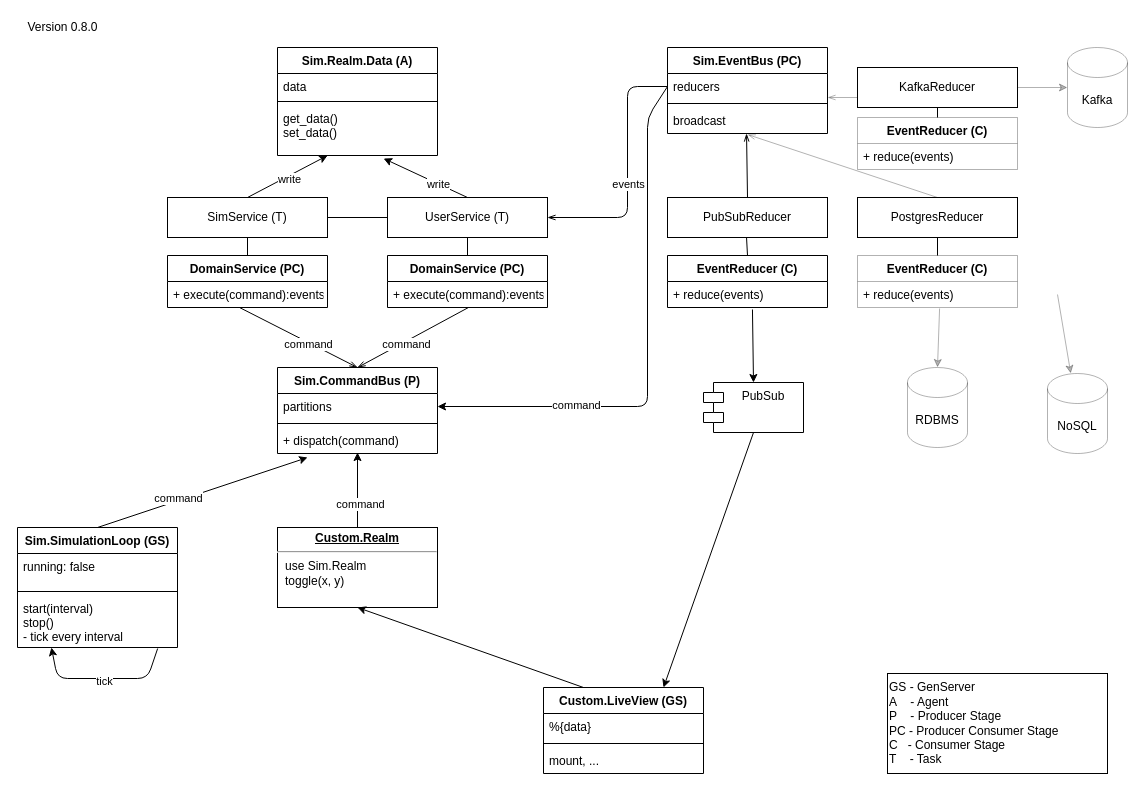
Earlier version of the draw.io diagram apps/sim/documentation/SimRealm.drawio (grrrisu/thundermoon-umbrella). Source tidied: cells renumbered, new cells numbered last; positions are measured from the earlier drawing's top-left corner, leaving out a move shared by most shapes. Both pictures are drawn from the tidied source at 100%, with x=0, y=0 at pixel (17, 17).
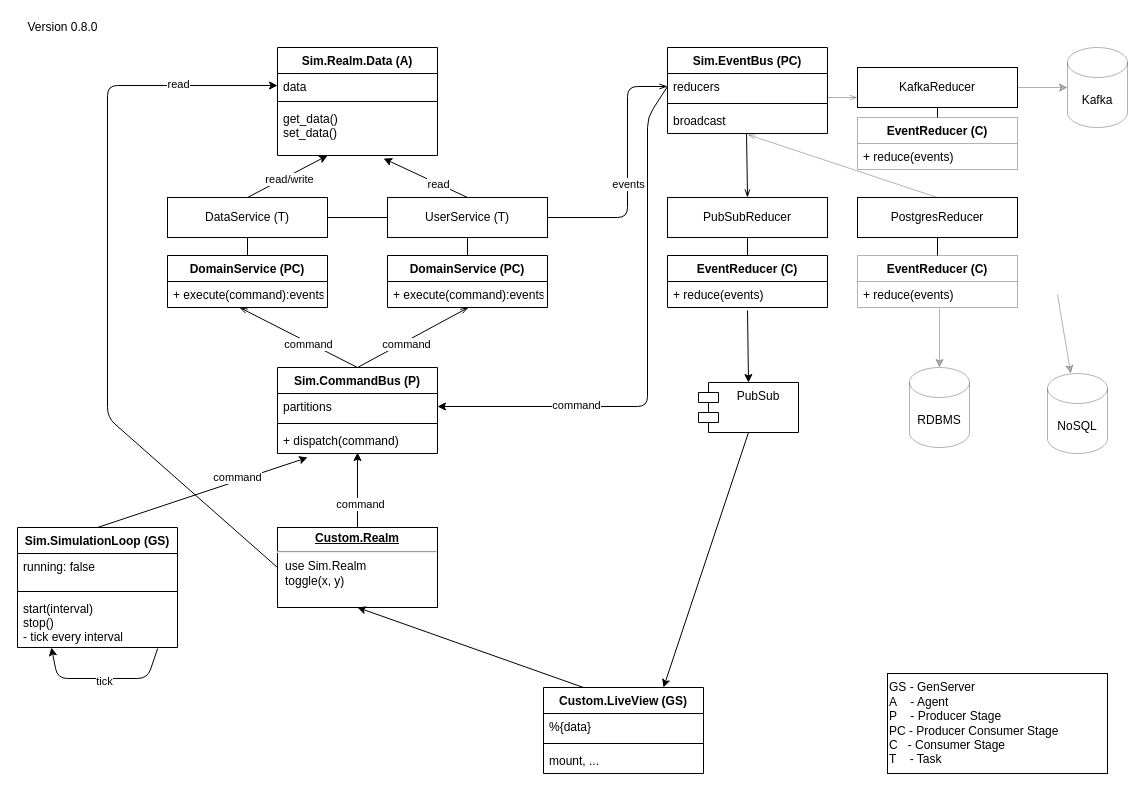
After the change.

Commit message (it also covers changes not shown here):
rename diagram picture to be visible in the readme again, change direction of stage arrows to reflect better the flow of data

The change refers to these unchanged cells:
```xml
<mxCell id="2" value="&lt;p style=&quot;margin: 0px ; margin-top: 4px ; text-align: center ; text-decoration: underline&quot;&gt;&lt;b&gt;Custom.Realm&lt;/b&gt;&lt;/p&gt;&lt;hr&gt;&lt;p style=&quot;margin: 0px ; margin-left: 8px&quot;&gt;use Sim.Realm&lt;/p&gt;&lt;p style=&quot;margin: 0px ; margin-left: 8px&quot;&gt;toggle(x, y)&lt;/p&gt;" style="verticalAlign=top;align=left;overflow=fill;fontSize=12;fontFamily=Helvetica;html=1;" parent="1" vertex="1">
  <mxGeometry x="260" y="510" width="160" height="80" as="geometry" />
</mxCell>
<mxCell id="6" value="data" style="text;strokeColor=none;fillColor=none;align=left;verticalAlign=top;spacingLeft=4;spacingRight=4;overflow=hidden;points=[[0,0.5],[1,0.5]];portConstraint=eastwest;" parent="5" vertex="1">
  <mxGeometry y="26" width="160" height="24" as="geometry" />
</mxCell>
<mxCell id="19" value="Sim.CommandBus (P)" style="swimlane;fontStyle=1;align=center;verticalAlign=top;horizontal=1;startSize=26;" parent="1" vertex="1">
  <mxGeometry x="260" y="350" width="160" height="86" as="geometry" />
</mxCell>
<mxCell id="24" value="+ execute(command):events" style="text;strokeColor=none;fillColor=none;align=left;verticalAlign=top;spacingLeft=4;spacingRight=4;overflow=hidden;points=[[0,0.5],[1,0.5]];portConstraint=eastwest;" parent="23" vertex="1">
  <mxGeometry y="26" width="160" height="26" as="geometry" />
</mxCell>
<mxCell id="26" value="+ execute(command):events" style="text;strokeColor=none;fillColor=none;align=left;verticalAlign=top;spacingLeft=4;spacingRight=4;overflow=hidden;points=[[0,0.5],[1,0.5]];portConstraint=eastwest;" parent="25" vertex="1">
  <mxGeometry y="26" width="160" height="26" as="geometry" />
</mxCell>
<mxCell id="28" value="reducers" style="text;strokeColor=none;fillColor=none;align=left;verticalAlign=top;spacingLeft=4;spacingRight=4;overflow=hidden;points=[[0,0.5],[1,0.5]];portConstraint=eastwest;" parent="27" vertex="1">
  <mxGeometry y="26" width="160" height="26" as="geometry" />
</mxCell>
<mxCell id="30" value="broadcast" style="text;strokeColor=none;fillColor=none;align=left;verticalAlign=top;spacingLeft=4;spacingRight=4;overflow=hidden;points=[[0,0.5],[1,0.5]];portConstraint=eastwest;" parent="27" vertex="1">
  <mxGeometry y="60" width="160" height="26" as="geometry" />
</mxCell>
<mxCell id="31" value="EventReducer (C)" style="swimlane;fontStyle=1;align=center;verticalAlign=top;horizontal=1;startSize=26;" parent="1" vertex="1">
  <mxGeometry x="650" y="238" width="160" height="52" as="geometry" />
</mxCell>
<mxCell id="32" value="+ reduce(events)" style="text;strokeColor=none;fillColor=none;align=left;verticalAlign=top;spacingLeft=4;spacingRight=4;overflow=hidden;points=[[0,0.5],[1,0.5]];portConstraint=eastwest;" parent="31" vertex="1">
  <mxGeometry y="26" width="160" height="26" as="geometry" />
</mxCell>
<mxCell id="43" style="endArrow=classic;html=1;exitX=0.5;exitY=0;exitDx=0;exitDy=0;entryX=0.188;entryY=1.154;entryDx=0;entryDy=0;entryPerimeter=0;" parent="1" edge="1" source="9" target="22">
  <mxGeometry relative="1" as="geometry" />
</mxCell>
<mxCell id="45" style="endArrow=classic;html=1;exitX=0.5;exitY=0;exitDx=0;exitDy=0;entryX=0.313;entryY=1;entryDx=0;entryDy=0;entryPerimeter=0;" parent="1" edge="1" source="63" target="8">
  <mxGeometry relative="1" as="geometry" />
</mxCell>
<mxCell id="47" style="endArrow=classic;html=1;entryX=0.663;entryY=1.06;entryDx=0;entryDy=0;entryPerimeter=0;exitX=0.5;exitY=0;exitDx=0;exitDy=0;" parent="1" edge="1" source="65" target="8">
  <mxGeometry relative="1" as="geometry" />
</mxCell>
<mxCell id="65" value="UserService (T)" style="rounded=0;whiteSpace=wrap;html=1;" parent="1" vertex="1">
  <mxGeometry x="370" y="180" width="160" height="40" as="geometry" />
</mxCell>
<mxCell id="70" value="PubSubReducer" style="rounded=0;whiteSpace=wrap;html=1;" parent="1" vertex="1">
  <mxGeometry x="650" y="180" width="160" height="40" as="geometry" />
</mxCell>
<mxCell id="72" value="KafkaReducer" style="rounded=0;whiteSpace=wrap;html=1;" parent="1" vertex="1">
  <mxGeometry x="840" y="50" width="160" height="40" as="geometry" />
</mxCell>
```

The edit, as a diff of the source:
```diff
@@
     <mxCell id="33" value="PubSub" style="shape=module;align=left;spacingLeft=20;align=center;verticalAlign=top;" parent="1" vertex="1">
-      <mxGeometry x="686" y="365" width="100" height="50" as="geometry" />
+      <mxGeometry x="681" y="365" width="100" height="50" as="geometry" />
     </mxCell>
     <mxCell id="34" value="RDBMS" style="shape=cylinder3;whiteSpace=wrap;html=1;boundedLbl=1;backgroundOutline=1;size=15;opacity=30;" parent="1" vertex="1">
-      <mxGeometry x="890" y="350" width="60" height="80" as="geometry" />
+      <mxGeometry x="892" y="350" width="60" height="80" as="geometry" />
     </mxCell>
@@
-    <mxCell id="39" style="endArrow=none;html=1;exitX=0.5;exitY=0;exitDx=0;exitDy=0;entryX=0.506;entryY=1;entryDx=0;entryDy=0;entryPerimeter=0;startArrow=openThin;startFill=0;endFill=0;" parent="1" edge="1" source="19" target="26">
+    <mxCell id="39" style="endArrow=openThin;html=1;exitX=0.5;exitY=0;exitDx=0;exitDy=0;entryX=0.506;entryY=1;entryDx=0;entryDy=0;entryPerimeter=0;startArrow=none;startFill=0;endFill=0;" parent="1" edge="1" source="19" target="26">
       <mxGeometry relative="1" as="geometry" />
     </mxCell>
@@
-    <mxCell id="41" style="endArrow=none;html=1;exitX=0.5;exitY=0;exitDx=0;exitDy=0;entryX=0.45;entryY=1;entryDx=0;entryDy=0;entryPerimeter=0;endFill=0;startArrow=openThin;startFill=0;" parent="1" edge="1" source="19" target="24">
+    <mxCell id="41" style="endArrow=openThin;html=1;exitX=0.5;exitY=0;exitDx=0;exitDy=0;entryX=0.45;entryY=1;entryDx=0;entryDy=0;entryPerimeter=0;endFill=0;startArrow=none;startFill=0;" parent="1" edge="1" source="19" target="24">
       <mxGeometry relative="1" as="geometry" />
     </mxCell>
@@
     <mxCell id="44" value="command" style="edgeLabel;html=1;align=center;verticalAlign=middle;" parent="43" vertex="1">
-      <mxGeometry x="-0.22" y="2" relative="1" as="geometry" />
+      <mxGeometry x="-0.22" y="2" relative="1" as="geometry">
+        <mxPoint x="59" y="-21" as="offset" />
+      </mxGeometry>
     </mxCell>
@@
-    <mxCell id="46" value="write" style="edgeLabel;html=1;align=center;verticalAlign=middle;" parent="45" vertex="1">
+    <mxCell id="46" value="read/write" style="edgeLabel;html=1;align=center;verticalAlign=middle;" parent="45" vertex="1">
       <mxGeometry x="-0.01" y="-3" relative="1" as="geometry" />
     </mxCell>
@@
-    <mxCell id="48" value="write" style="edgeLabel;html=1;align=center;verticalAlign=middle;" parent="47" vertex="1">
+    <mxCell id="48" value="read" style="edgeLabel;html=1;align=center;verticalAlign=middle;" parent="47" vertex="1">
       <mxGeometry x="-0.29" relative="1" as="geometry" />
     </mxCell>
@@
-    <mxCell id="51" style="endArrow=none;html=1;exitX=0.494;exitY=1;exitDx=0;exitDy=0;exitPerimeter=0;entryX=0.5;entryY=0;entryDx=0;entryDy=0;endFill=0;startArrow=none;startFill=0;" parent="1" edge="1" source="70" target="31">
+    <mxCell id="51" style="endArrow=none;html=1;exitX=0.5;exitY=1;exitDx=0;exitDy=0;entryX=0.5;entryY=0;entryDx=0;entryDy=0;endFill=0;startArrow=none;startFill=0;" parent="1" edge="1" source="70" target="31">
       <mxGeometry relative="1" as="geometry" />
     </mxCell>
@@
-    <mxCell id="53" style="endArrow=classic;html=1;exitX=0.531;exitY=1.077;exitDx=0;exitDy=0;exitPerimeter=0;entryX=0.5;entryY=0;entryDx=0;entryDy=0;" parent="1" edge="1" source="32" target="33">
+    <mxCell id="53" style="endArrow=classic;html=1;entryX=0.5;entryY=0;entryDx=0;entryDy=0;exitX=0.5;exitY=1.115;exitDx=0;exitDy=0;exitPerimeter=0;" parent="1" edge="1" source="32" target="33">
       <mxGeometry relative="1" as="geometry" />
     </mxCell>
@@
-    <mxCell id="56" style="endArrow=none;html=1;exitX=1;exitY=0.5;exitDx=0;exitDy=0;entryX=0;entryY=0.5;entryDx=0;entryDy=0;endFill=0;startArrow=openThin;startFill=0;" parent="1" edge="1" source="65" target="28">
+    <mxCell id="56" style="endArrow=openThin;html=1;exitX=1;exitY=0.5;exitDx=0;exitDy=0;entryX=0;entryY=0.5;entryDx=0;entryDy=0;endFill=0;startArrow=none;startFill=0;" parent="1" edge="1" source="65" target="28">
       <mxGeometry relative="1" as="geometry">
         <Array as="points">
           <mxPoint x="610" y="200" />
           <mxPoint x="610" y="69" />
         </Array>
       </mxGeometry>
     </mxCell>
@@
-    <mxCell id="62" style="endArrow=none;html=1;entryX=0;entryY=0.75;entryDx=0;entryDy=0;opacity=30;startArrow=openThin;startFill=0;endFill=0;" parent="1" edge="1" target="72">
+    <mxCell id="62" style="endArrow=openThin;html=1;entryX=0;entryY=0.75;entryDx=0;entryDy=0;opacity=30;startArrow=none;startFill=0;endFill=0;" parent="1" edge="1" target="72">
       <mxGeometry relative="1" as="geometry">
         <mxPoint x="810" y="80" as="sourcePoint" />
       </mxGeometry>
     </mxCell>
-    <mxCell id="63" value="SimService (T)" style="rounded=0;whiteSpace=wrap;html=1;" parent="1" vertex="1">
+    <mxCell id="63" value="DataService (T)" style="rounded=0;whiteSpace=wrap;html=1;" parent="1" vertex="1">
       <mxGeometry x="150" y="180" width="160" height="40" as="geometry" />
     </mxCell>
@@
-    <mxCell id="71" style="endArrow=none;html=1;exitX=0.494;exitY=1;exitDx=0;exitDy=0;exitPerimeter=0;entryX=0.5;entryY=0;entryDx=0;entryDy=0;endFill=0;startArrow=openThin;startFill=0;" parent="1" edge="1" source="30" target="70">
+    <mxCell id="71" style="endArrow=openThin;html=1;exitX=0.494;exitY=1;exitDx=0;exitDy=0;exitPerimeter=0;entryX=0.5;entryY=0;entryDx=0;entryDy=0;endFill=0;startArrow=none;startFill=0;" parent="1" edge="1" source="30" target="70">
       <mxGeometry relative="1" as="geometry" />
     </mxCell>
@@
+    <mxCell id="78" style="endArrow=classic;html=1;exitX=0;exitY=0.5;exitDx=0;exitDy=0;entryX=0;entryY=0.5;entryDx=0;entryDy=0;" parent="1" edge="1" source="2" target="6">
+      <mxGeometry relative="1" as="geometry">
+        <Array as="points">
+          <mxPoint x="90" y="400" />
+          <mxPoint x="90" y="68" />
+        </Array>
+      </mxGeometry>
+    </mxCell>
+    <mxCell id="79" value="read" style="edgeLabel;html=1;align=center;verticalAlign=middle;" parent="78" vertex="1">
+      <mxGeometry x="-0.22" y="2" relative="1" as="geometry">
+        <mxPoint x="72" y="-276" as="offset" />
+      </mxGeometry>
+    </mxCell>
```
